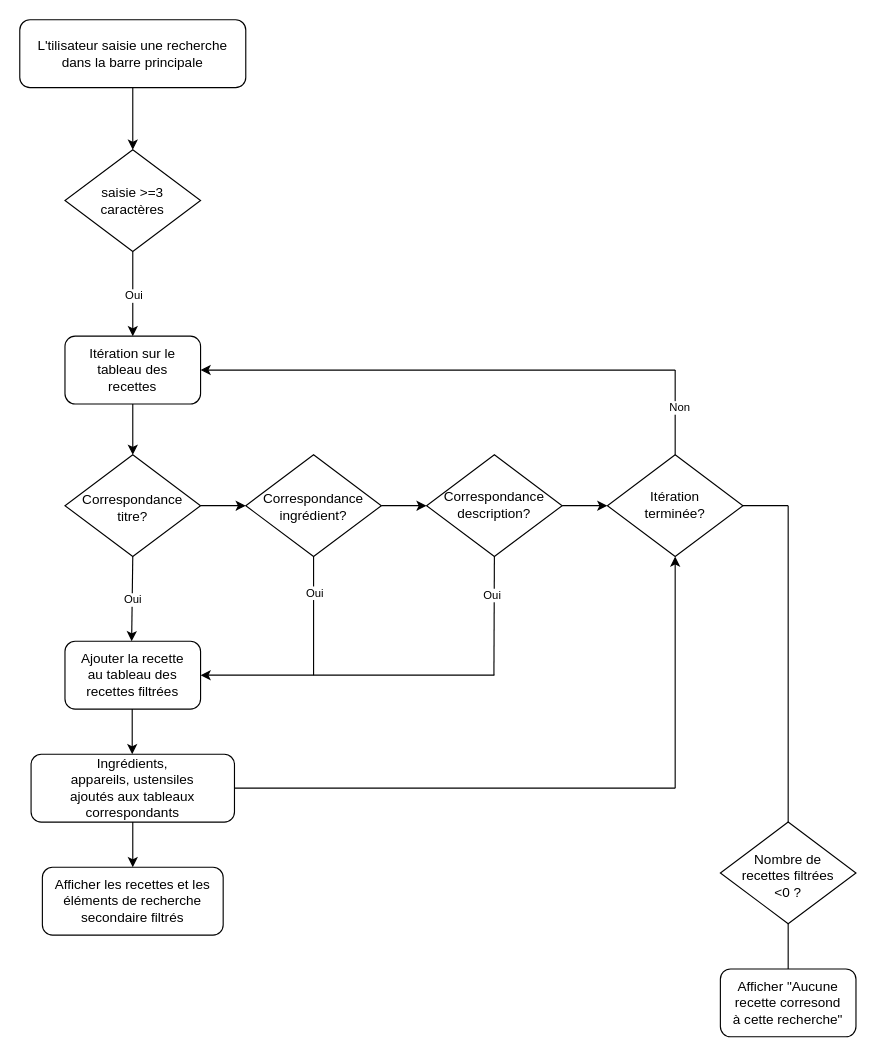
Above: draw.drawio in SAMIYAghb/LesPetitsPlats (draw.io), before the change. Source tidied: cells renumbered, new cells numbered last; positions are measured from the earlier drawing's top-left corner, leaving out a move shared by most shapes. Both pictures are drawn from the tidied source at 113%, with x=0, y=0 at pixel (19, 19).
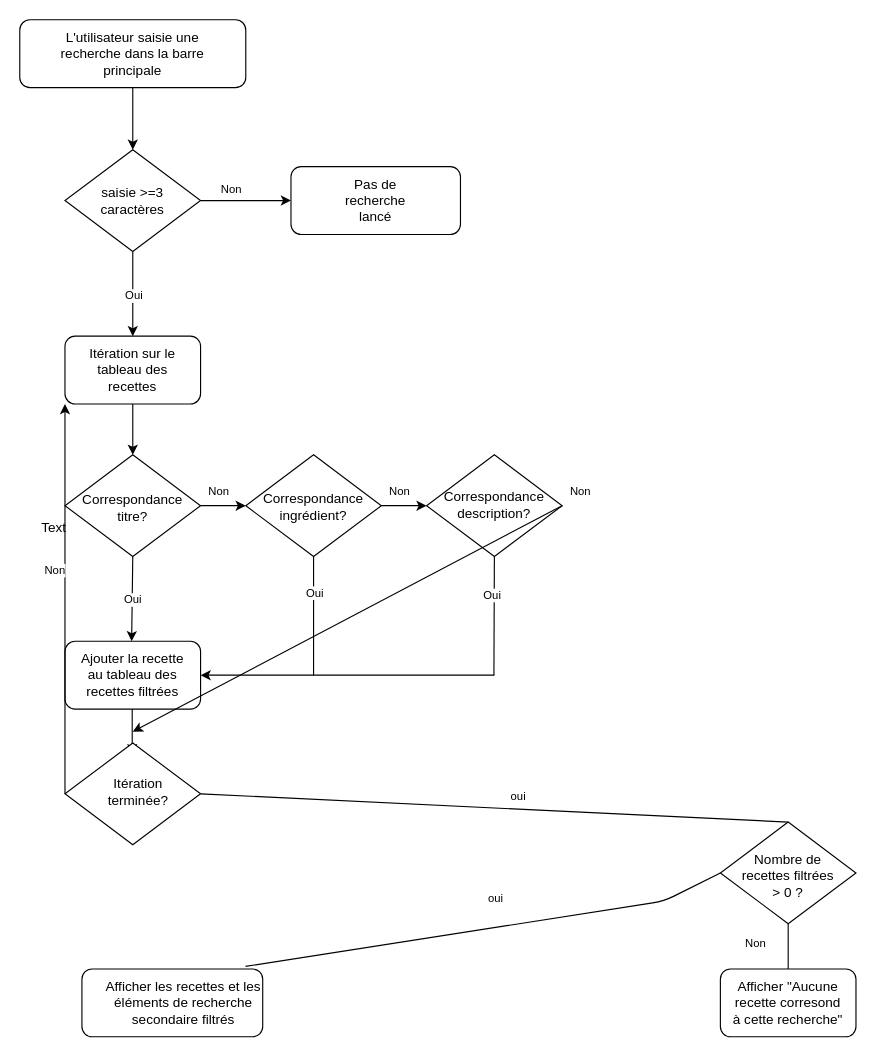
The same diagram, later.

Unchanged cells that the change refers to:
```xml
<mxCell id="4" style="rhombus;whiteSpace=wrap;html=1;" parent="1" vertex="1">
  <mxGeometry x="40" y="115" width="120" height="90" as="geometry" />
</mxCell>
<mxCell id="9" style="rounded=1;whiteSpace=wrap;html=1;strokeWidth=1;fontSize=9;" parent="1" vertex="1">
  <mxGeometry x="40" y="280" width="120" height="60" as="geometry" />
</mxCell>
<mxCell id="35" style="rhombus;whiteSpace=wrap;html=1;" parent="1" vertex="1">
  <mxGeometry x="620" y="710" width="120" height="90" as="geometry" />
</mxCell>
```

The edit, as a diff of the source:
```diff
@@
-    <mxCell id="3" value="L'tilisateur saisie une recherche dans la barre principale" style="text;html=1;strokeColor=none;fillColor=none;align=center;verticalAlign=middle;whiteSpace=wrap;rounded=0;" parent="1" vertex="1">
+    <mxCell id="3" value="L'utilisateur saisie une recherche dans la barre principale" style="text;html=1;strokeColor=none;fillColor=none;align=center;verticalAlign=middle;whiteSpace=wrap;rounded=0;" parent="1" vertex="1">
       <mxGeometry x="15" y="10" width="170" height="40" as="geometry" />
     </mxCell>
+    <mxCell id="50" style="edgeStyle=none;html=1;exitX=1;exitY=0.5;exitDx=0;exitDy=0;" parent="1" edge="1" source="4">
+      <mxGeometry relative="1" as="geometry">
+        <mxPoint x="240" y="160" as="targetPoint" />
+      </mxGeometry>
+    </mxCell>
@@
-    <mxCell id="19" style="rounded=1;whiteSpace=wrap;html=1;strokeWidth=1;fontSize=9;" parent="1" vertex="1">
-      <mxGeometry x="10" y="650" width="180" height="60" as="geometry" />
-    </mxCell>
-    <mxCell id="20" value="&lt;font style=&quot;font-size: 12px;&quot;&gt;Ingrédients, appareils, ustensiles ajoutés aux tableaux correspondants&lt;br&gt;&lt;/font&gt;" style="text;html=1;strokeColor=none;fillColor=none;align=center;verticalAlign=middle;whiteSpace=wrap;rounded=0;strokeWidth=1;" parent="1" vertex="1">
-      <mxGeometry x="40" y="660" width="120" height="40" as="geometry" />
-    </mxCell>
@@
     <mxCell id="27" style="endArrow=classic;html=1;fontSize=12;exitX=1;exitY=0.5;exitDx=0;exitDy=0;" parent="1" edge="1">
       <mxGeometry relative="1" as="geometry">
         <mxPoint x="480" y="430" as="sourcePoint" />
-        <mxPoint x="520" y="430" as="targetPoint" />
+        <mxPoint x="100" y="630" as="targetPoint" />
       </mxGeometry>
     </mxCell>
+    <mxCell id="51" style="edgeStyle=none;html=1;exitX=0;exitY=0.5;exitDx=0;exitDy=0;entryX=0;entryY=1;entryDx=0;entryDy=0;" parent="1" edge="1" source="28" target="9">
+      <mxGeometry relative="1" as="geometry" />
+    </mxCell>
     <mxCell id="28" style="rhombus;whiteSpace=wrap;html=1;" parent="1" vertex="1">
-      <mxGeometry x="520" y="385" width="120" height="90" as="geometry" />
+      <mxGeometry x="40" y="640" width="120" height="90" as="geometry" />
     </mxCell>
     <mxCell id="29" value="&lt;font style=&quot;font-size: 12px;&quot;&gt;Itération terminée?&lt;br&gt;&lt;/font&gt;" style="text;html=1;strokeColor=none;fillColor=none;align=center;verticalAlign=middle;whiteSpace=wrap;rounded=0;strokeWidth=1;" parent="1" vertex="1">
-      <mxGeometry x="535" y="406" width="90" height="45" as="geometry" />
+      <mxGeometry x="60" y="660" width="90" height="45" as="geometry" />
     </mxCell>
@@
-    <mxCell id="33" style="endArrow=classic;html=1;fontSize=12;entryX=0.5;entryY=1;entryDx=0;entryDy=0;" parent="1" edge="1" target="28">
-      <mxGeometry relative="1" as="geometry">
-        <mxPoint x="580" y="680" as="sourcePoint" />
-      </mxGeometry>
-    </mxCell>
-    <mxCell id="34" style="endArrow=none;html=1;fontSize=12;exitX=1;exitY=0.5;exitDx=0;exitDy=0;" parent="1" edge="1" source="19">
-      <mxGeometry relative="1" as="geometry">
-        <mxPoint x="580" y="680" as="targetPoint" />
-      </mxGeometry>
-    </mxCell>
@@
-    <mxCell id="36" value="&lt;font style=&quot;font-size: 12px;&quot;&gt;Nombre de recettes filtrées &amp;lt;0 ?&lt;br&gt;&lt;/font&gt;" style="text;html=1;strokeColor=none;fillColor=none;align=center;verticalAlign=middle;whiteSpace=wrap;rounded=0;strokeWidth=1;" parent="1" vertex="1">
+    <mxCell id="36" value="&lt;font style=&quot;font-size: 12px;&quot;&gt;Nombre de recettes filtrées &amp;gt; 0 ?&lt;br&gt;&lt;/font&gt;" style="text;html=1;strokeColor=none;fillColor=none;align=center;verticalAlign=middle;whiteSpace=wrap;rounded=0;strokeWidth=1;" parent="1" vertex="1">
       <mxGeometry x="635" y="735" width="90" height="45" as="geometry" />
     </mxCell>
-    <mxCell id="37" style="endArrow=none;html=1;fontSize=12;exitX=0.5;exitY=0;exitDx=0;exitDy=0;" parent="1" edge="1" source="35">
-      <mxGeometry relative="1" as="geometry">
-        <mxPoint x="680" y="430" as="targetPoint" />
-      </mxGeometry>
+    <mxCell id="37" style="endArrow=none;html=1;fontSize=12;exitX=0.5;exitY=0;exitDx=0;exitDy=0;entryX=1;entryY=0.5;entryDx=0;entryDy=0;" parent="1" edge="1" source="35" target="28">
+      <mxGeometry relative="1" as="geometry" />
     </mxCell>
@@
     <mxCell id="41" style="rounded=1;whiteSpace=wrap;html=1;strokeWidth=1;fontSize=9;" parent="1" vertex="1">
-      <mxGeometry x="20" y="750" width="160" height="60" as="geometry" />
+      <mxGeometry x="55" y="840" width="160" height="60" as="geometry" />
     </mxCell>
     <mxCell id="42" value="&lt;font style=&quot;font-size: 12px;&quot;&gt;Afficher les recettes et les éléments de recherche secondaire filtrés&lt;br&gt;&lt;/font&gt;" style="text;html=1;strokeColor=none;fillColor=none;align=center;verticalAlign=middle;whiteSpace=wrap;rounded=0;strokeWidth=1;" parent="1" vertex="1">
-      <mxGeometry x="25" y="760" width="150" height="40" as="geometry" />
+      <mxGeometry x="70" y="850" width="150" height="40" as="geometry" />
     </mxCell>
-    <mxCell id="43" style="endArrow=classic;html=1;fontSize=12;entryX=0.5;entryY=0;entryDx=0;entryDy=0;exitX=0.5;exitY=1;exitDx=0;exitDy=0;" parent="1" edge="1" source="19" target="41">
-      <mxGeometry relative="1" as="geometry" />
-    </mxCell>
@@
-    <mxCell id="46" style="endArrow=none;html=1;fontSize=12;entryX=0.5;entryY=0;entryDx=0;entryDy=0;" parent="1" edge="1" target="28">
-      <mxGeometry relative="1" as="geometry">
-        <mxPoint x="580" y="310" as="sourcePoint" />
-      </mxGeometry>
-    </mxCell>
-    <mxCell id="47" style="endArrow=classic;html=1;fontSize=12;entryX=1;entryY=0.5;entryDx=0;entryDy=0;" parent="1" edge="1" target="9">
-      <mxGeometry relative="1" as="geometry">
-        <mxPoint x="580" y="310" as="sourcePoint" />
-      </mxGeometry>
-    </mxCell>
-    <mxCell id="48" value="Non" style="edgeLabel;html=1;align=center;verticalAlign=middle;strokeWidth=1;fontSize=10;" parent="1" vertex="1">
-      <mxGeometry x="110" y="530" as="geometry">
-        <mxPoint x="473" y="-188" as="offset" />
-      </mxGeometry>
-    </mxCell>
-    <mxCell id="49" style="endArrow=none;html=1;fontSize=12;exitX=1;exitY=0.5;exitDx=0;exitDy=0;" parent="1" edge="1" source="28">
-      <mxGeometry relative="1" as="geometry">
-        <mxPoint x="680" y="430" as="targetPoint" />
-      </mxGeometry>
-    </mxCell>
+    <mxCell id="52" style="rounded=1;whiteSpace=wrap;html=1;" parent="1" vertex="1">
+      <mxGeometry x="240" y="130" width="150" height="60" as="geometry" />
+    </mxCell>
+    <mxCell id="53" value="&lt;font style=&quot;font-size: 12px;&quot;&gt;Pas de recherche lancé&lt;br&gt;&lt;/font&gt;" style="text;html=1;strokeColor=none;fillColor=none;align=center;verticalAlign=middle;whiteSpace=wrap;rounded=0;strokeWidth=1;" parent="1" vertex="1">
+      <mxGeometry x="285" y="140" width="60" height="40" as="geometry" />
+    </mxCell>
+    <mxCell id="54" value="Non" style="edgeLabel;html=1;align=center;verticalAlign=middle;strokeWidth=1;fontSize=10;" parent="1" vertex="1">
+      <mxGeometry x="110" y="253" as="geometry">
+        <mxPoint x="76" y="-104" as="offset" />
+      </mxGeometry>
+    </mxCell>
+    <mxCell id="55" value="Non" style="edgeLabel;html=1;align=center;verticalAlign=middle;strokeWidth=1;fontSize=10;" parent="1" vertex="1">
+      <mxGeometry x="145" y="420" as="geometry">
+        <mxPoint x="30" y="-4" as="offset" />
+      </mxGeometry>
+    </mxCell>
+    <mxCell id="56" value="Non" style="edgeLabel;html=1;align=center;verticalAlign=middle;strokeWidth=1;fontSize=10;" parent="1" vertex="1">
+      <mxGeometry x="305" y="420" as="geometry">
+        <mxPoint x="30" y="-4" as="offset" />
+      </mxGeometry>
+    </mxCell>
+    <mxCell id="57" value="Non" style="edgeLabel;html=1;align=center;verticalAlign=middle;strokeWidth=1;fontSize=10;" parent="1" vertex="1">
+      <mxGeometry x="465" y="420" as="geometry">
+        <mxPoint x="30" y="-4" as="offset" />
+      </mxGeometry>
+    </mxCell>
+    <mxCell id="58" value="oui" style="edgeLabel;html=1;align=center;verticalAlign=middle;strokeWidth=1;fontSize=10;" parent="1" vertex="1">
+      <mxGeometry x="410" y="690" as="geometry">
+        <mxPoint x="30" y="-4" as="offset" />
+      </mxGeometry>
+    </mxCell>
+    <mxCell id="59" style="endArrow=none;html=1;fontSize=12;entryX=0;entryY=0.5;entryDx=0;entryDy=0;exitX=0.905;exitY=-0.038;exitDx=0;exitDy=0;exitPerimeter=0;" parent="1" edge="1" source="41" target="35">
+      <mxGeometry relative="1" as="geometry">
+        <Array as="points">
+          <mxPoint x="570" y="780" />
+        </Array>
+      </mxGeometry>
+    </mxCell>
+    <mxCell id="60" value="oui" style="edgeLabel;html=1;align=center;verticalAlign=middle;strokeWidth=1;fontSize=10;" parent="1" vertex="1">
+      <mxGeometry x="390" y="780" as="geometry">
+        <mxPoint x="30" y="-4" as="offset" />
+      </mxGeometry>
+    </mxCell>
+    <mxCell id="61" value="Non" style="edgeLabel;html=1;align=center;verticalAlign=middle;strokeWidth=1;fontSize=10;" parent="1" vertex="1">
+      <mxGeometry x="620" y="820" as="geometry">
+        <mxPoint x="30" y="-4" as="offset" />
+      </mxGeometry>
+    </mxCell>
+    <mxCell id="62" value="Non" style="edgeLabel;html=1;align=center;verticalAlign=middle;strokeWidth=1;fontSize=10;" parent="1" vertex="1">
+      <mxGeometry y="490" as="geometry">
+        <mxPoint x="30" y="-4" as="offset" />
+      </mxGeometry>
+    </mxCell>
+    <mxCell id="63" value="Text" style="text;html=1;align=center;verticalAlign=middle;strokeColor=none;fillColor=none;" parent="1" vertex="1">
+      <mxGeometry x="5" y="435" width="50" height="30" as="geometry" />
+    </mxCell>
```
